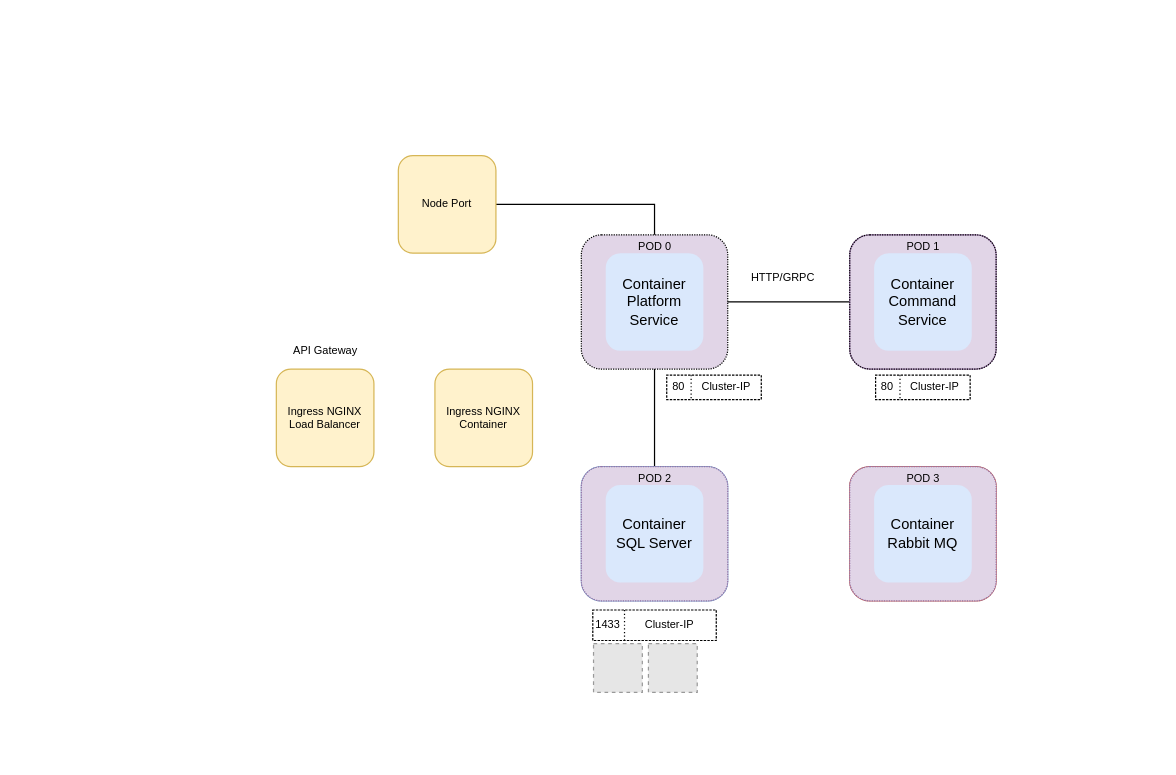
Above: Docs/Architecture Diagram.drawio in abdulrehman2/learn-microservices (draw.io), before the change. Source tidied: cells renumbered, new cells numbered last; positions are measured from the earlier drawing's top-left corner, leaving out a move shared by most shapes. Both pictures are drawn from the tidied source at 122%, with x=0, y=0 at pixel (276, 155). Pictures stored in the file or linked from it are replaced by grey dashed boxes.
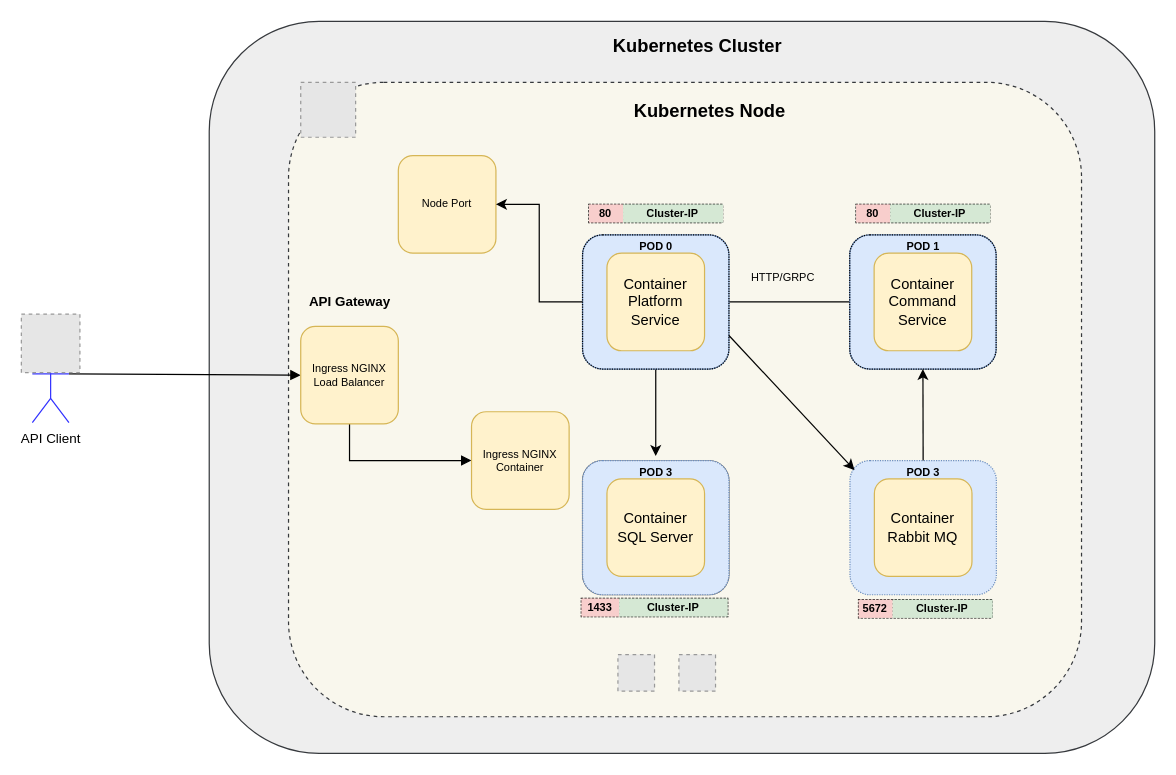
After the change.

The change refers to these unchanged cells:
```xml
<mxCell id="12" value="Node Port" style="whiteSpace=wrap;html=1;rounded=1;fontSize=9;fillColor=#fff2cc;strokeColor=#d6b656;" parent="1" vertex="1">
  <mxGeometry x="100" width="80" height="80" as="geometry" />
</mxCell>
<mxCell id="14" style="group;" parent="13" vertex="1">
  <mxGeometry width="120" height="110" as="geometry" />
</mxCell>
<mxCell id="15" style="whiteSpace=wrap;html=1;rounded=1;fontSize=9;fillColor=none;dashed=1;dashPattern=1 1;" parent="14" vertex="1">
  <mxGeometry width="120" height="110" as="geometry" />
</mxCell>
<mxCell id="19" style="group;" parent="18" vertex="1">
  <mxGeometry width="120" height="110" as="geometry" />
</mxCell>
<mxCell id="20" style="whiteSpace=wrap;html=1;rounded=1;fontSize=9;fillColor=none;dashed=1;dashPattern=1 1;" parent="19" vertex="1">
  <mxGeometry width="120" height="110" as="geometry" />
</mxCell>
<mxCell id="24" style="group;" parent="23" vertex="1">
  <mxGeometry width="120" height="110" as="geometry" />
</mxCell>
```

The edit, as a diff of the source:
```diff
@@
+    <mxCell id="45" style="whiteSpace=wrap;html=1;rounded=1;strokeColor=#36393d;fillColor=#eeeeee;" parent="1" vertex="1">
+      <mxGeometry x="-55" y="-110" width="775" height="600" as="geometry" />
+    </mxCell>
+    <mxCell id="46" style="whiteSpace=wrap;html=1;rounded=1;glass=0;dashed=1;strokeColor=#36393d;fillColor=#f9f7ed;" parent="1" vertex="1">
+      <mxGeometry x="10" y="-60" width="650" height="520" as="geometry" />
+    </mxCell>
@@
-    <mxCell id="3" style="edgeStyle=orthogonalEdgeStyle;rounded=0;jettySize=auto;html=1;fontSize=9;" parent="1" edge="1" source="16" target="31">
+    <mxCell id="3" style="edgeStyle=orthogonalEdgeStyle;rounded=0;jettySize=auto;html=1;fontSize=9;entryX=0.5;entryY=-0.183;entryDx=0;entryDy=0;entryPerimeter=0;" parent="1" edge="1" source="16" target="62">
       <mxGeometry relative="1" as="geometry" />
     </mxCell>
     <mxCell id="4" style="fillColor=#E6E6E6;strokeColor=#999999;dashed=1;verticalLabelPosition=bottom;verticalAlign=top;" parent="1" vertex="1">
-      <mxGeometry x="305" y="400" width="40" height="40" as="geometry" />
+      <mxGeometry x="330" y="409" width="30" height="30" as="geometry" />
     </mxCell>
     <mxCell id="5" style="fillColor=#E6E6E6;strokeColor=#999999;dashed=1;verticalLabelPosition=bottom;verticalAlign=top;" parent="1" vertex="1">
-      <mxGeometry x="260" y="400" width="40" height="40" as="geometry" />
+      <mxGeometry x="280" y="409" width="30" height="30" as="geometry" />
     </mxCell>
@@
+    <mxCell id="47" style="edgeStyle=orthogonalEdgeStyle;rounded=0;jettySize=auto;html=1;exitX=0.5;exitY=1;exitDx=0;exitDy=0;fontFamily=Helvetica;fontSize=15;endArrow=block;endFill=1;" parent="1" edge="1" source="8" target="10">
+      <mxGeometry relative="1" as="geometry" />
+    </mxCell>
+    <mxCell id="48" style="edgeStyle=none;rounded=0;jettySize=auto;html=1;exitX=1;exitY=0.3333333333333333;exitDx=0;exitDy=0;entryX=0;entryY=0.5;entryDx=0;entryDy=0;fontFamily=Helvetica;fontSize=11;endArrow=block;endFill=1;exitPerimeter=0;" parent="1" edge="1" source="70" target="8">
+      <mxGeometry relative="1" as="geometry" />
+    </mxCell>
     <mxCell id="8" value="Ingress NGINX&lt;br&gt;Load Balancer" style="whiteSpace=wrap;html=1;rounded=1;fontSize=9;fillColor=#fff2cc;strokeColor=#d6b656;" parent="1" vertex="1">
-      <mxGeometry y="175" width="80" height="80" as="geometry" />
+      <mxGeometry x="20" y="140" width="80" height="80" as="geometry" />
     </mxCell>
-    <mxCell id="9" value="API Gateway" style="text;html=1;align=center;verticalAlign=middle;fillColor=none;strokeColor=none;rounded=0;fontSize=9;" parent="1" vertex="1">
-      <mxGeometry x="5" y="150" width="70" height="20" as="geometry" />
+    <mxCell id="9" value="API Gateway" style="text;html=1;align=center;verticalAlign=middle;fillColor=none;strokeColor=none;rounded=0;fontSize=11;fontStyle=1;" parent="1" vertex="1">
+      <mxGeometry x="20" y="110" width="80" height="20" as="geometry" />
     </mxCell>
     <mxCell id="10" value="Ingress NGINX&lt;br&gt;Container" style="whiteSpace=wrap;html=1;rounded=1;fontSize=9;fillColor=#fff2cc;strokeColor=#d6b656;" parent="1" vertex="1">
-      <mxGeometry x="130" y="175" width="80" height="80" as="geometry" />
+      <mxGeometry x="160" y="210" width="80" height="80" as="geometry" />
     </mxCell>
-    <mxCell id="11" style="edgeStyle=orthogonalEdgeStyle;rounded=0;jettySize=auto;html=1;exitX=1;exitY=0.5;exitDx=0;exitDy=0;entryX=0.5;entryY=0;entryDx=0;entryDy=0;fontSize=9;endArrow=classic;endFill=1;" parent="1" edge="1" source="12" target="16">
-      <mxGeometry relative="1" as="geometry">
-        <Array as="points">
-          <mxPoint x="310" y="40" />
-        </Array>
-      </mxGeometry>
-    </mxCell>
@@
-    <mxCell id="13" style="group;fillColor=#e1d5e7;rounded=1;strokeColor=none;" parent="1" vertex="1">
-      <mxGeometry x="250" y="65" width="120" height="110" as="geometry" />
+    <mxCell id="13" style="group;rounded=1;fillColor=#dae8fc;strokeColor=#6c8ebf;" parent="1" vertex="1">
+      <mxGeometry x="251" y="65" width="120" height="110" as="geometry" />
     </mxCell>
@@
-    <mxCell id="16" value="Container&lt;br&gt;Platform Service" style="whiteSpace=wrap;html=1;fillColor=#dae8fc;strokeColor=none;perimeterSpacing=4;rounded=1;" parent="14" vertex="1">
+    <mxCell id="16" value="Container&lt;br&gt;Platform Service" style="whiteSpace=wrap;html=1;fillColor=#fff2cc;strokeColor=#d6b656;perimeterSpacing=4;rounded=1;" parent="14" vertex="1">
       <mxGeometry x="20" y="15" width="80" height="80" as="geometry" />
     </mxCell>
-    <mxCell id="17" value="POD 0" style="text;html=1;align=center;verticalAlign=middle;fillColor=none;strokeColor=none;rounded=0;dashed=1;dashPattern=1 1;fontSize=9;" parent="14" vertex="1">
+    <mxCell id="17" value="POD 0" style="text;html=1;align=center;verticalAlign=middle;fillColor=none;strokeColor=none;rounded=0;dashed=1;dashPattern=1 1;fontSize=9;fontStyle=1;" parent="14" vertex="1">
       <mxGeometry x="40" width="40" height="20" as="geometry" />
     </mxCell>
-    <mxCell id="18" style="group;fillColor=#e1d5e7;strokeColor=#9673a6;rounded=1;" parent="1" vertex="1">
+    <mxCell id="18" style="group;fillColor=#dae8fc;strokeColor=#6c8ebf;rounded=1;" parent="1" vertex="1">
       <mxGeometry x="470" y="65" width="120" height="110" as="geometry" />
     </mxCell>
@@
-    <mxCell id="21" value="Container&lt;br&gt;Command Service" style="whiteSpace=wrap;html=1;fillColor=#dae8fc;strokeColor=none;perimeterSpacing=0;rounded=1;" parent="19" vertex="1">
+    <mxCell id="21" value="Container&lt;br&gt;Command Service" style="whiteSpace=wrap;html=1;fillColor=#fff2cc;strokeColor=#d6b656;perimeterSpacing=0;rounded=1;" parent="19" vertex="1">
       <mxGeometry x="20" y="15" width="80" height="80" as="geometry" />
     </mxCell>
-    <mxCell id="22" value="POD 1" style="text;html=1;align=center;verticalAlign=middle;fillColor=none;strokeColor=none;rounded=0;dashed=1;dashPattern=1 1;fontSize=9;" parent="19" vertex="1">
+    <mxCell id="22" value="POD 1" style="text;html=1;align=center;verticalAlign=middle;fillColor=none;strokeColor=none;rounded=0;dashed=1;dashPattern=1 1;fontSize=9;fontStyle=1;" parent="19" vertex="1">
       <mxGeometry x="40" width="40" height="20" as="geometry" />
     </mxCell>
-    <mxCell id="23" style="group;fillColor=#f8cecc;strokeColor=#b85450;rounded=1;" parent="1" vertex="1">
-      <mxGeometry x="470" y="255" width="120" height="110" as="geometry" />
+    <mxCell id="23" style="group;rounded=1;" parent="1" vertex="1">
+      <mxGeometry x="470.2" y="250" width="120" height="110" as="geometry" />
     </mxCell>
@@
-    <mxCell id="25" style="whiteSpace=wrap;html=1;rounded=1;fontSize=9;fillColor=#e1d5e7;dashed=1;dashPattern=1 1;strokeColor=#9673a6;" parent="24" vertex="1">
+    <mxCell id="25" style="whiteSpace=wrap;html=1;rounded=1;fontSize=9;fillColor=#dae8fc;dashed=1;dashPattern=1 1;strokeColor=#6c8ebf;" parent="24" vertex="1">
       <mxGeometry width="120" height="110" as="geometry" />
     </mxCell>
-    <mxCell id="26" value="Container&lt;br&gt;Rabbit MQ" style="whiteSpace=wrap;html=1;fillColor=#dae8fc;rounded=1;strokeColor=none;" parent="24" vertex="1">
+    <mxCell id="26" value="Container&lt;br&gt;Rabbit MQ" style="whiteSpace=wrap;html=1;fillColor=#fff2cc;rounded=1;strokeColor=#d6b656;" parent="24" vertex="1">
       <mxGeometry x="20" y="15" width="80" height="80" as="geometry" />
     </mxCell>
-    <mxCell id="27" value="POD 3" style="text;html=1;align=center;verticalAlign=middle;points=[];fillColor=none;strokeColor=none;rounded=0;dashed=1;dashPattern=1 1;fontSize=9;" parent="24" vertex="1">
+    <mxCell id="27" value="POD 3" style="text;html=1;align=center;verticalAlign=middle;points=[];fillColor=none;strokeColor=none;rounded=0;dashed=1;dashPattern=1 1;fontSize=9;fontStyle=1;" parent="24" vertex="1">
       <mxGeometry x="40" width="40" height="20" as="geometry" />
     </mxCell>
-    <mxCell id="28" style="group;fillColor=#dae8fc;strokeColor=#6c8ebf;rounded=1;" parent="1" vertex="1">
-      <mxGeometry x="250" y="255" width="120" height="110" as="geometry" />
-    </mxCell>
-    <mxCell id="29" style="group;" parent="28" vertex="1">
-      <mxGeometry width="120" height="110" as="geometry" />
-    </mxCell>
-    <mxCell id="30" style="whiteSpace=wrap;html=1;rounded=1;fontSize=9;fillColor=#e1d5e7;dashed=1;dashPattern=1 1;strokeColor=#9673a6;" parent="29" vertex="1">
-      <mxGeometry width="120" height="110" as="geometry" />
-    </mxCell>
-    <mxCell id="31" value="Container&lt;br&gt;SQL Server" style="whiteSpace=wrap;html=1;fillColor=#dae8fc;rounded=1;strokeColor=none;" parent="29" vertex="1">
-      <mxGeometry x="20" y="15" width="80" height="80" as="geometry" />
-    </mxCell>
-    <mxCell id="32" value="POD 2" style="text;html=1;align=center;verticalAlign=middle;fillColor=none;strokeColor=none;rounded=0;dashed=1;dashPattern=1 1;fontSize=9;" parent="29" vertex="1">
-      <mxGeometry x="40" width="40" height="20" as="geometry" />
-    </mxCell>
-    <mxCell id="33" style="shape=table;startSize=0;childLayout=tableLayout;rounded=1;dashed=1;fontSize=9;fillColor=none;arcSize=0;dashPattern=1 2;" parent="1" vertex="1">
-      <mxGeometry x="320" y="180" width="77.5" height="20" as="geometry" />
-    </mxCell>
-    <mxCell id="34" style="shape=tableRow;horizontal=0;startSize=0;swimlaneHead=0;swimlaneBody=0;top=0;left=0;bottom=0;right=0;fillColor=none;rounded=1;dashed=1;dashPattern=1 1;fontSize=9;" parent="33" vertex="1">
-      <mxGeometry width="77.5" height="20" as="geometry" />
-    </mxCell>
-    <mxCell id="35" value="80" style="shape=partialRectangle;html=1;whiteSpace=wrap;overflow=hidden;fillColor=none;top=0;left=0;bottom=0;right=0;rounded=1;dashed=1;dashPattern=1 1;fontSize=9;" parent="34" vertex="1">
-      <mxGeometry width="20" height="20" as="geometry" />
-    </mxCell>
-    <mxCell id="36" value="Cluster-IP" style="shape=partialRectangle;html=1;whiteSpace=wrap;overflow=hidden;fillColor=none;top=0;left=0;bottom=0;right=0;rounded=1;dashed=1;dashPattern=1 1;fontSize=9;" parent="34" vertex="1">
-      <mxGeometry x="20" width="58" height="20" as="geometry" />
-    </mxCell>
-    <mxCell id="37" style="shape=table;startSize=0;childLayout=tableLayout;rounded=1;dashed=1;fontSize=9;fillColor=none;arcSize=0;dashPattern=1 2;" parent="1" vertex="1">
-      <mxGeometry x="491.2" y="180" width="77.5" height="20" as="geometry" />
-    </mxCell>
-    <mxCell id="38" style="shape=tableRow;horizontal=0;startSize=0;swimlaneHead=0;swimlaneBody=0;top=0;left=0;bottom=0;right=0;fillColor=none;rounded=1;dashed=1;dashPattern=1 1;fontSize=9;" parent="37" vertex="1">
-      <mxGeometry width="77.5" height="20" as="geometry" />
-    </mxCell>
-    <mxCell id="39" value="80" style="shape=partialRectangle;html=1;whiteSpace=wrap;overflow=hidden;fillColor=none;top=0;left=0;bottom=0;right=0;rounded=1;dashed=1;dashPattern=1 1;fontSize=9;" parent="38" vertex="1">
-      <mxGeometry width="20" height="20" as="geometry" />
-    </mxCell>
-    <mxCell id="40" value="Cluster-IP" style="shape=partialRectangle;html=1;whiteSpace=wrap;overflow=hidden;fillColor=none;top=0;left=0;bottom=0;right=0;rounded=1;dashed=1;dashPattern=1 1;fontSize=9;" parent="38" vertex="1">
-      <mxGeometry x="20" width="58" height="20" as="geometry" />
-    </mxCell>
-    <mxCell id="41" style="shape=table;startSize=0;childLayout=tableLayout;rounded=1;dashed=1;fontSize=9;fillColor=none;arcSize=0;dashPattern=1 2;" parent="1" vertex="1">
-      <mxGeometry x="259.4" y="372.5" width="101.2" height="25" as="geometry" />
+    <mxCell id="41" style="shape=table;startSize=0;childLayout=tableLayout;rounded=1;dashed=1;fontSize=9;fillColor=none;arcSize=0;dashPattern=1 2;fontStyle=1;" parent="1" vertex="1">
+      <mxGeometry x="250" y="363" width="120" height="15" as="geometry" />
     </mxCell>
     <mxCell id="42" style="shape=tableRow;horizontal=0;startSize=0;swimlaneHead=0;swimlaneBody=0;top=0;left=0;bottom=0;right=0;fillColor=none;rounded=1;dashed=1;dashPattern=1 1;fontSize=9;" parent="41" vertex="1">
-      <mxGeometry width="101.2" height="25" as="geometry" />
+      <mxGeometry width="120" height="15" as="geometry" />
     </mxCell>
-    <mxCell id="43" value="1433" style="shape=partialRectangle;html=1;whiteSpace=wrap;overflow=hidden;fillColor=none;top=0;left=0;bottom=0;right=0;rounded=1;dashed=1;dashPattern=1 1;fontSize=9;" parent="42" vertex="1">
-      <mxGeometry width="26" height="25" as="geometry" />
+    <mxCell id="43" value="1433" style="shape=partialRectangle;html=1;whiteSpace=wrap;overflow=hidden;fillColor=#f8cecc;top=0;left=0;bottom=0;right=0;rounded=1;dashed=1;dashPattern=1 1;fontSize=9;strokeColor=#b85450;fontStyle=1;" parent="42" vertex="1">
+      <mxGeometry width="31" height="15" as="geometry" />
     </mxCell>
-    <mxCell id="44" value="Cluster-IP" style="shape=partialRectangle;html=1;whiteSpace=wrap;overflow=hidden;fillColor=none;top=0;left=0;bottom=0;right=0;rounded=1;dashed=1;dashPattern=1 1;fontSize=9;" parent="42" vertex="1">
-      <mxGeometry x="26" width="75" height="25" as="geometry" />
+    <mxCell id="44" value="Cluster-IP" style="shape=partialRectangle;html=1;whiteSpace=wrap;overflow=hidden;fillColor=#d5e8d4;top=0;left=0;bottom=0;right=0;rounded=1;dashed=1;dashPattern=1 1;fontSize=9;strokeColor=#82b366;fontStyle=1;" parent="42" vertex="1">
+      <mxGeometry x="31" width="89" height="15" as="geometry" />
     </mxCell>
+    <mxCell id="49" style="edgeStyle=none;rounded=0;jettySize=auto;html=1;entryX=0.5;entryY=1;entryDx=0;entryDy=0;" parent="1" edge="1" source="27" target="20">
+      <mxGeometry relative="1" as="geometry" />
+    </mxCell>
+    <mxCell id="50" style="edgeStyle=none;rounded=0;jettySize=auto;html=1;exitX=1;exitY=0.75;exitDx=0;exitDy=0;entryX=0.031;entryY=0.071;entryDx=0;entryDy=0;entryPerimeter=0;" parent="1" edge="1" source="15" target="25">
+      <mxGeometry relative="1" as="geometry" />
+    </mxCell>
+    <mxCell id="51" style="shape=table;startSize=0;childLayout=tableLayout;rounded=1;dashed=1;fontSize=9;fillColor=none;arcSize=0;dashPattern=1 2;" parent="1" vertex="1">
+      <mxGeometry x="477.2" y="364" width="109.6" height="15" as="geometry" />
+    </mxCell>
+    <mxCell id="52" style="shape=tableRow;horizontal=0;startSize=0;swimlaneHead=0;swimlaneBody=0;top=0;left=0;bottom=0;right=0;fillColor=none;rounded=1;dashed=1;dashPattern=1 1;fontSize=9;" parent="51" vertex="1">
+      <mxGeometry width="109.6" height="15" as="geometry" />
+    </mxCell>
+    <mxCell id="53" value="5672" style="shape=partialRectangle;html=1;whiteSpace=wrap;overflow=hidden;fillColor=#f8cecc;top=0;left=0;bottom=0;right=0;rounded=1;dashed=1;dashPattern=1 1;fontSize=9;strokeColor=#b85450;fontStyle=1;" parent="52" vertex="1">
+      <mxGeometry width="28" height="15" as="geometry" />
+    </mxCell>
+    <mxCell id="54" value="Cluster-IP" style="shape=partialRectangle;html=1;whiteSpace=wrap;overflow=hidden;fillColor=#d5e8d4;top=0;left=0;bottom=0;right=0;rounded=1;dashed=1;dashPattern=1 1;fontSize=9;strokeColor=#82b366;fontStyle=1;" parent="52" vertex="1">
+      <mxGeometry x="28" width="82" height="15" as="geometry" />
+    </mxCell>
+    <mxCell id="55" style="shape=table;startSize=0;childLayout=tableLayout;rounded=1;dashed=1;fontSize=9;fillColor=none;arcSize=0;dashPattern=1 2;" parent="1" vertex="1">
+      <mxGeometry x="475.2" y="40" width="109.6" height="15" as="geometry" />
+    </mxCell>
+    <mxCell id="56" style="shape=tableRow;horizontal=0;startSize=0;swimlaneHead=0;swimlaneBody=0;top=0;left=0;bottom=0;right=0;fillColor=none;rounded=1;dashed=1;dashPattern=1 1;fontSize=9;" parent="55" vertex="1">
+      <mxGeometry width="109.6" height="15" as="geometry" />
+    </mxCell>
+    <mxCell id="57" value="80" style="shape=partialRectangle;html=1;whiteSpace=wrap;overflow=hidden;fillColor=#f8cecc;top=0;left=0;bottom=0;right=0;rounded=1;dashed=1;dashPattern=1 1;fontSize=9;strokeColor=#b85450;fontStyle=1;" parent="56" vertex="1">
+      <mxGeometry width="28" height="15" as="geometry" />
+    </mxCell>
+    <mxCell id="58" value="Cluster-IP" style="shape=partialRectangle;html=1;whiteSpace=wrap;overflow=hidden;fillColor=#d5e8d4;top=0;left=0;bottom=0;right=0;rounded=1;dashed=1;dashPattern=1 1;fontSize=9;strokeColor=#82b366;fontStyle=1;" parent="56" vertex="1">
+      <mxGeometry x="28" width="82" height="15" as="geometry" />
+    </mxCell>
+    <mxCell id="59" style="edgeStyle=orthogonalEdgeStyle;rounded=0;jettySize=auto;html=1;exitX=0;exitY=0.5;exitDx=0;exitDy=0;" parent="1" edge="1" source="15" target="12">
+      <mxGeometry relative="1" as="geometry" />
+    </mxCell>
+    <mxCell id="60" style="group;rounded=1;fillColor=#f5f5f5;strokeColor=#666666;fontColor=#333333;" parent="1" vertex="1">
+      <mxGeometry x="251" y="250" width="120" height="110" as="geometry" />
+    </mxCell>
+    <mxCell id="29" style="group;" parent="60" vertex="1">
+      <mxGeometry width="120" height="110" as="geometry" />
+    </mxCell>
+    <mxCell id="61" style="whiteSpace=wrap;html=1;rounded=1;fontSize=9;fillColor=#dae8fc;dashed=1;dashPattern=1 1;strokeColor=#6c8ebf;" parent="29" vertex="1">
+      <mxGeometry width="120" height="110" as="geometry" />
+    </mxCell>
+    <mxCell id="31" value="Container&lt;br&gt;SQL Server" style="whiteSpace=wrap;html=1;fillColor=#fff2cc;rounded=1;strokeColor=#d6b656;" parent="29" vertex="1">
+      <mxGeometry x="20" y="15" width="80" height="80" as="geometry" />
+    </mxCell>
+    <mxCell id="62" value="POD 3" style="text;html=1;align=center;verticalAlign=middle;points=[];fillColor=none;strokeColor=none;rounded=0;dashed=1;dashPattern=1 1;fontSize=9;fontStyle=1;" parent="29" vertex="1">
+      <mxGeometry x="40" width="40" height="20" as="geometry" />
+    </mxCell>
+    <mxCell id="63" style="fillColor=#E6E6E6;strokeColor=#999999;dashed=1;verticalLabelPosition=bottom;verticalAlign=top;" parent="1" vertex="1">
+      <mxGeometry x="20" y="-60" width="45" height="45" as="geometry" />
+    </mxCell>
+    <mxCell id="64" style="shape=table;startSize=0;childLayout=tableLayout;rounded=1;dashed=1;fontSize=9;fillColor=none;arcSize=0;dashPattern=1 2;" parent="1" vertex="1">
+      <mxGeometry x="256.2" y="40" width="109.6" height="15" as="geometry" />
+    </mxCell>
+    <mxCell id="65" style="shape=tableRow;horizontal=0;startSize=0;swimlaneHead=0;swimlaneBody=0;top=0;left=0;bottom=0;right=0;fillColor=none;rounded=1;dashed=1;dashPattern=1 1;fontSize=9;" parent="64" vertex="1">
+      <mxGeometry width="109.6" height="15" as="geometry" />
+    </mxCell>
+    <mxCell id="66" value="80" style="shape=partialRectangle;html=1;whiteSpace=wrap;overflow=hidden;fillColor=#f8cecc;top=0;left=0;bottom=0;right=0;rounded=1;dashed=1;dashPattern=1 1;fontSize=9;strokeColor=#b85450;fontStyle=1;" parent="65" vertex="1">
+      <mxGeometry width="28" height="15" as="geometry" />
+    </mxCell>
+    <mxCell id="67" value="Cluster-IP" style="shape=partialRectangle;html=1;whiteSpace=wrap;overflow=hidden;fillColor=#d5e8d4;top=0;left=0;bottom=0;right=0;rounded=1;dashed=1;dashPattern=1 1;fontSize=9;strokeColor=#82b366;fontStyle=1;" parent="65" vertex="1">
+      <mxGeometry x="28" width="82" height="15" as="geometry" />
+    </mxCell>
+    <mxCell id="68" value="Kubernetes Cluster" style="text;html=1;align=center;verticalAlign=middle;fillColor=none;strokeColor=none;rounded=0;fontStyle=1;fontFamily=Helvetica;fontSize=15;" parent="1" vertex="1">
+      <mxGeometry x="270" y="-100" width="150" height="20" as="geometry" />
+    </mxCell>
+    <mxCell id="69" value="Kubernetes Node" style="text;html=1;align=center;verticalAlign=middle;fillColor=none;strokeColor=none;rounded=0;fontStyle=1;fontFamily=Helvetica;fontSize=15;" parent="1" vertex="1">
+      <mxGeometry x="285" y="-47.5" width="140" height="20" as="geometry" />
+    </mxCell>
+    <mxCell id="70" value="API Client" style="shape=umlActor;verticalLabelPosition=bottom;verticalAlign=top;html=1;outlineConnect=0;rounded=1;fontFamily=Helvetica;fontSize=11;strokeColor=#3333FF;fillColor=#FFFFFF;" parent="1" vertex="1">
+      <mxGeometry x="-200" y="159" width="30" height="60" as="geometry" />
+    </mxCell>
+    <mxCell id="71" style="fillColor=#E6E6E6;strokeColor=#999999;dashed=1;verticalLabelPosition=bottom;verticalAlign=top;fontFamily=Helvetica;fontSize=11;" parent="1" vertex="1">
+      <mxGeometry x="-209" y="130" width="48" height="48" as="geometry" />
+    </mxCell>
```
